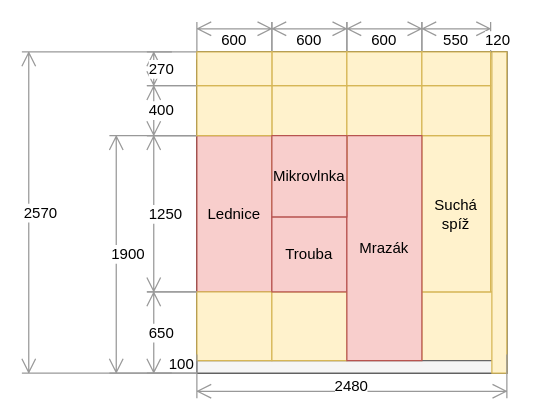
surquest/flat-renovation keeps this draw.io diagram as docs/src/static/drawings/kitchen.wall-appliances.drawio. Above is the earlier version. Source tidied: cells renumbered, new cells numbered last; positions are measured from the earlier drawing's top-left corner, leaving out a move shared by most shapes. Both pictures are drawn from the tidied source at 125%, with x=0, y=0 at pixel (21, 21).
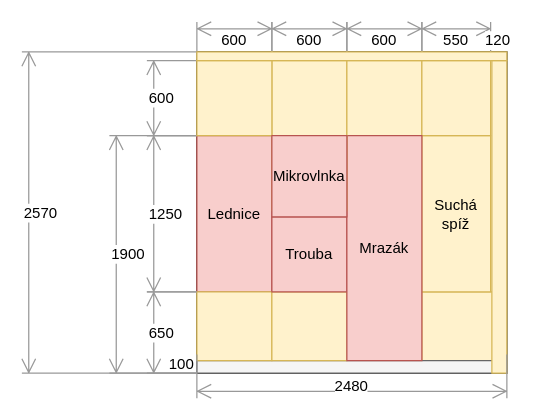
The same diagram, later.

Commit message (it also covers changes not shown here):
Update kitchen wall water diagram

Diff of the diagram source:
```diff
@@
-    <mxCell id="8" value="400" style="shape=dimension;direction=south;whiteSpace=wrap;html=1;align=left;verticalAlign=middle;labelBackgroundColor=#ffffff;strokeColor=#999999;" parent="1" vertex="1">
-      <mxGeometry x="100" y="51" width="40" height="40" as="geometry" />
+    <mxCell id="8" value="600" style="shape=dimension;direction=south;whiteSpace=wrap;html=1;align=left;verticalAlign=middle;labelBackgroundColor=#ffffff;strokeColor=#999999;" parent="1" vertex="1">
+      <mxGeometry x="100" y="31" width="40" height="60" as="geometry" />
     </mxCell>
@@
     <mxCell id="11" style="rounded=0;whiteSpace=wrap;html=1;fillColor=#fff2cc;strokeColor=#d6b656;" parent="1" vertex="1">
-      <mxGeometry x="200" y="51" width="60" height="40" as="geometry" />
+      <mxGeometry x="200" y="31" width="60" height="60" as="geometry" />
     </mxCell>
@@
     <mxCell id="13" style="rounded=0;whiteSpace=wrap;html=1;fillColor=#fff2cc;strokeColor=#d6b656;" parent="1" vertex="1">
-      <mxGeometry x="260" y="51" width="60" height="40" as="geometry" />
+      <mxGeometry x="260" y="31" width="60" height="60" as="geometry" />
     </mxCell>
@@
     <mxCell id="15" style="rounded=0;whiteSpace=wrap;html=1;fillColor=#fff2cc;strokeColor=#d6b656;" parent="1" vertex="1">
-      <mxGeometry x="320" y="51" width="55" height="40" as="geometry" />
+      <mxGeometry x="320" y="31" width="55" height="60" as="geometry" />
     </mxCell>
     <mxCell id="16" style="rounded=0;whiteSpace=wrap;html=1;fillColor=#fff2cc;strokeColor=#d6b656;" parent="1" vertex="1">
-      <mxGeometry x="376" y="24" width="12" height="257" as="geometry" />
+      <mxGeometry x="376" y="31" width="12" height="250" as="geometry" />
     </mxCell>
@@
     <mxCell id="25" value="2570" style="shape=dimension;direction=south;whiteSpace=wrap;html=1;align=left;verticalAlign=middle;labelBackgroundColor=#ffffff;strokeColor=#999999;" parent="1" vertex="1">
-      <mxGeometry y="24" width="120" height="257" as="geometry" />
+      <mxGeometry y="24" width="140" height="257" as="geometry" />
     </mxCell>
     <mxCell id="26" style="rounded=0;whiteSpace=wrap;html=1;fillColor=#fff2cc;strokeColor=#d6b656;" parent="1" vertex="1">
-      <mxGeometry x="140" y="51" width="60" height="40" as="geometry" />
+      <mxGeometry x="140" y="31" width="60" height="60" as="geometry" />
     </mxCell>
-    <mxCell id="27" value="270" style="shape=dimension;direction=south;whiteSpace=wrap;html=1;align=left;verticalAlign=middle;labelBackgroundColor=#ffffff;strokeColor=#999999;" parent="1" vertex="1">
-      <mxGeometry x="100" y="24" width="40" height="27" as="geometry" />
-    </mxCell>
-    <mxCell id="28" style="rounded=0;whiteSpace=wrap;html=1;fillColor=#fff2cc;strokeColor=#d6b656;" parent="1" vertex="1">
-      <mxGeometry x="200" y="24" width="60" height="27" as="geometry" />
-    </mxCell>
-    <mxCell id="29" style="rounded=0;whiteSpace=wrap;html=1;fillColor=#fff2cc;strokeColor=#d6b656;" parent="1" vertex="1">
-      <mxGeometry x="260" y="24" width="60" height="27" as="geometry" />
-    </mxCell>
-    <mxCell id="30" style="rounded=0;whiteSpace=wrap;html=1;fillColor=#fff2cc;strokeColor=#d6b656;" parent="1" vertex="1">
-      <mxGeometry x="320" y="24" width="55" height="27" as="geometry" />
-    </mxCell>
-    <mxCell id="31" style="rounded=0;whiteSpace=wrap;html=1;fillColor=#fff2cc;strokeColor=#d6b656;" parent="1" vertex="1">
-      <mxGeometry x="140" y="24" width="60" height="27" as="geometry" />
-    </mxCell>
@@
+    <mxCell id="35" style="rounded=0;whiteSpace=wrap;html=1;fillColor=#fff2cc;strokeColor=#d6b656;" parent="1" vertex="1">
+      <mxGeometry x="140" y="24" width="248" height="7" as="geometry" />
+    </mxCell>
```
